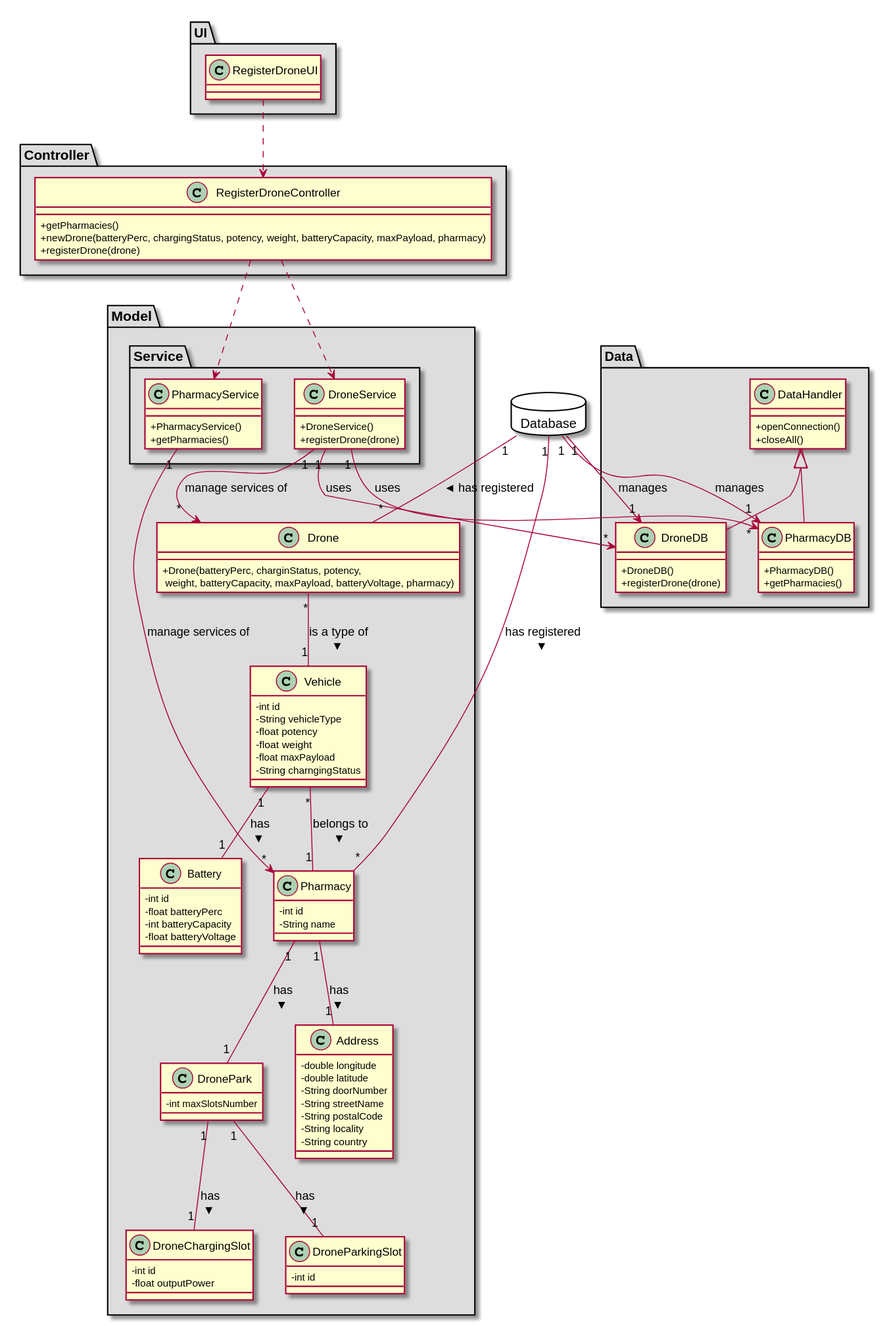
Before: docs/Iteration 2/Drone Management/US193_RegisterDrone/US193_CD.svg, a diagram exported from PlantUML (tiagoavcosta25/LAPR3).
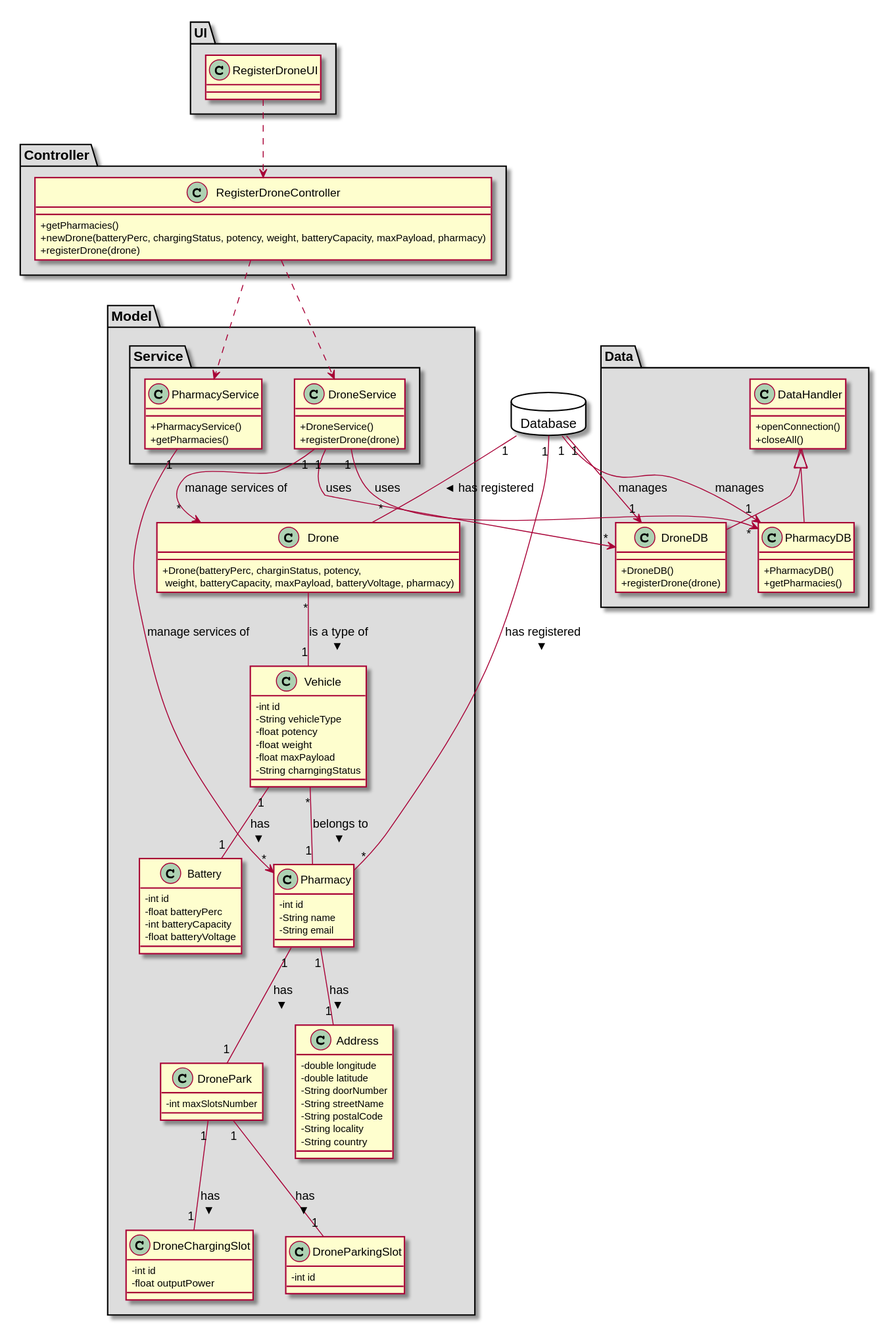
After the commit.

The edit, as a diff of the source:
```diff
@@ -78,6 +78,7 @@
 class Pharmacy {
   -int id
   -String name
+-   String email
 }
 }
 
```
